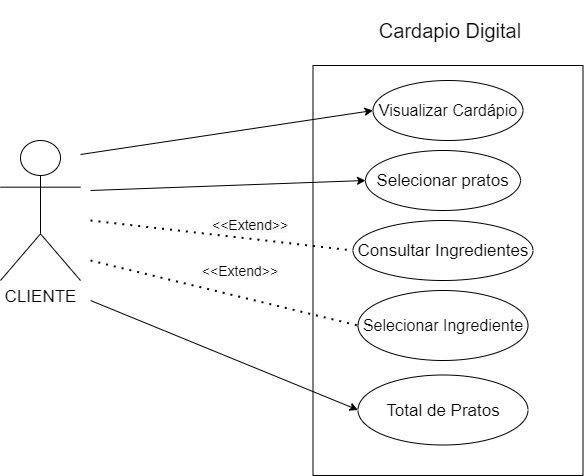
This is Untitled Diagram.drawio.png from hinname/project-Restaurant, a draw.io export, as it was before one commit. Source tidied: cells renumbered, new cells last; positions are measured from the earlier drawing's top-left corner, leaving out a move shared by most shapes.
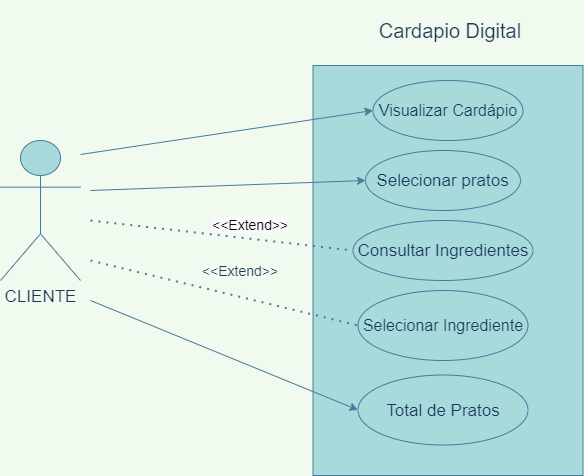
The same diagram one commit later.

What changed in the source:
```diff
@@ -1,60 +1,60 @@
-<mxGraphModel>
+<mxGraphModel background="#F1FAEE">
   <root>
     <mxCell id="0" />
     <mxCell id="1" parent="0" />
-    <mxCell id="2" style="rounded=0;whiteSpace=wrap;html=1;" parent="1" vertex="1">
+    <mxCell id="2" style="rounded=0;whiteSpace=wrap;html=1;fillColor=#A8DADC;strokeColor=#457B9D;fontColor=#1D3557;" parent="1" vertex="1">
       <mxGeometry x="312.5" y="65" width="270" height="410" as="geometry" />
     </mxCell>
-    <mxCell id="3" value="&lt;span id=&quot;docs-internal-guid-2bc9bd4a-7fff-fd9e-e990-9c6481a47a4e&quot;&gt;&lt;span style=&quot;font-family: &amp;#34;arial&amp;#34; ; background-color: transparent ; vertical-align: baseline&quot;&gt;&lt;font style=&quot;font-size: 17px&quot;&gt;Selecionar pratos&lt;/font&gt;&lt;/span&gt;&lt;/span&gt;" style="ellipse;whiteSpace=wrap;html=1;" parent="1" vertex="1">
+    <mxCell id="3" value="&lt;span id=&quot;docs-internal-guid-2bc9bd4a-7fff-fd9e-e990-9c6481a47a4e&quot;&gt;&lt;span style=&quot;font-family: &amp;#34;arial&amp;#34; ; background-color: transparent ; vertical-align: baseline&quot;&gt;&lt;font style=&quot;font-size: 17px&quot;&gt;Selecionar pratos&lt;/font&gt;&lt;/span&gt;&lt;/span&gt;" style="ellipse;whiteSpace=wrap;html=1;fillColor=#A8DADC;strokeColor=#457B9D;fontColor=#1D3557;" parent="1" vertex="1">
       <mxGeometry x="365" y="150" width="155" height="60" as="geometry" />
     </mxCell>
-    <mxCell id="4" value="&lt;font face=&quot;arial&quot; style=&quot;font-size: 17px&quot;&gt;Total de Pratos&lt;/font&gt;" style="ellipse;whiteSpace=wrap;html=1;" parent="1" vertex="1">
+    <mxCell id="4" value="&lt;font face=&quot;arial&quot; style=&quot;font-size: 17px&quot;&gt;Total de Pratos&lt;/font&gt;" style="ellipse;whiteSpace=wrap;html=1;fillColor=#A8DADC;strokeColor=#457B9D;fontColor=#1D3557;" parent="1" vertex="1">
       <mxGeometry x="357.5" y="374.5" width="170" height="70" as="geometry" />
     </mxCell>
-    <mxCell id="5" value="&lt;font style=&quot;font-size: 17px&quot;&gt;Consultar Ingredientes&lt;/font&gt;" style="ellipse;whiteSpace=wrap;html=1;" parent="1" vertex="1">
+    <mxCell id="5" value="&lt;font style=&quot;font-size: 17px&quot;&gt;Consultar Ingredientes&lt;/font&gt;" style="ellipse;whiteSpace=wrap;html=1;fillColor=#A8DADC;strokeColor=#457B9D;fontColor=#1D3557;" parent="1" vertex="1">
       <mxGeometry x="352.5" y="220" width="180" height="60" as="geometry" />
     </mxCell>
-    <mxCell id="6" value="&lt;span style=&quot;font-size: 17px&quot;&gt;CLIENTE&lt;/span&gt;" style="shape=umlActor;verticalLabelPosition=bottom;verticalAlign=top;html=1;" parent="1" vertex="1">
+    <mxCell id="6" value="&lt;span style=&quot;font-size: 17px&quot;&gt;CLIENTE&lt;/span&gt;" style="shape=umlActor;verticalLabelPosition=bottom;verticalAlign=top;html=1;fillColor=#A8DADC;strokeColor=#457B9D;fontColor=#1D3557;" parent="1" vertex="1">
       <mxGeometry y="140" width="80" height="140" as="geometry" />
     </mxCell>
-    <mxCell id="7" value="&lt;font style=&quot;font-size: 16px&quot;&gt;Visualizar Cardápio&lt;/font&gt;" style="ellipse;whiteSpace=wrap;html=1;" parent="1" vertex="1">
+    <mxCell id="7" value="&lt;font style=&quot;font-size: 16px&quot;&gt;Visualizar Cardápio&lt;/font&gt;" style="ellipse;whiteSpace=wrap;html=1;fillColor=#A8DADC;strokeColor=#457B9D;fontColor=#1D3557;" parent="1" vertex="1">
       <mxGeometry x="372.5" y="80" width="150" height="60" as="geometry" />
     </mxCell>
-    <mxCell id="8" value="&lt;font style=&quot;font-size: 16px&quot;&gt;Selecionar Ingrediente&lt;/font&gt;" style="ellipse;whiteSpace=wrap;html=1;" parent="1" vertex="1">
+    <mxCell id="8" value="&lt;font style=&quot;font-size: 16px&quot;&gt;Selecionar Ingrediente&lt;/font&gt;" style="ellipse;whiteSpace=wrap;html=1;fillColor=#A8DADC;strokeColor=#457B9D;fontColor=#1D3557;" parent="1" vertex="1">
       <mxGeometry x="357.5" y="290" width="170" height="70" as="geometry" />
     </mxCell>
-    <mxCell id="9" style="endArrow=classic;html=1;entryX=0;entryY=0.5;entryDx=0;entryDy=0;" parent="1" edge="1" target="7">
+    <mxCell id="9" style="endArrow=classic;html=1;entryX=0;entryY=0.5;entryDx=0;entryDy=0;labelBackgroundColor=#F1FAEE;strokeColor=#457B9D;fontColor=#1D3557;" parent="1" edge="1" target="7">
       <mxGeometry relative="1" as="geometry">
         <mxPoint x="80" y="154" as="sourcePoint" />
       </mxGeometry>
     </mxCell>
-    <mxCell id="10" style="endArrow=classic;html=1;entryX=0;entryY=0.5;entryDx=0;entryDy=0;" parent="1" edge="1" target="3">
+    <mxCell id="10" style="endArrow=classic;html=1;entryX=0;entryY=0.5;entryDx=0;entryDy=0;labelBackgroundColor=#F1FAEE;strokeColor=#457B9D;fontColor=#1D3557;" parent="1" edge="1" target="3">
       <mxGeometry relative="1" as="geometry">
         <mxPoint x="90" y="190" as="sourcePoint" />
       </mxGeometry>
     </mxCell>
-    <mxCell id="11" style="endArrow=none;dashed=1;html=1;dashPattern=1 3;strokeWidth=2;entryX=0;entryY=0.5;entryDx=0;entryDy=0;" parent="1" edge="1" target="8">
+    <mxCell id="11" style="endArrow=none;dashed=1;html=1;dashPattern=1 3;strokeWidth=2;entryX=0;entryY=0.5;entryDx=0;entryDy=0;labelBackgroundColor=#F1FAEE;strokeColor=#457B9D;fontColor=#1D3557;" parent="1" edge="1" target="8">
       <mxGeometry relative="1" as="geometry">
         <mxPoint x="90" y="260" as="sourcePoint" />
       </mxGeometry>
     </mxCell>
-    <mxCell id="12" value="&lt;span style=&quot;font-size: 14px&quot;&gt;&amp;lt;&amp;lt;Extend&amp;gt;&amp;gt;&lt;/span&gt;" style="text;html=1;strokeColor=none;fillColor=none;align=center;verticalAlign=middle;whiteSpace=wrap;rounded=0;" parent="1" vertex="1">
+    <mxCell id="12" value="&lt;span style=&quot;font-size: 14px&quot;&gt;&amp;lt;&amp;lt;Extend&amp;gt;&amp;gt;&lt;/span&gt;" style="text;html=1;strokeColor=none;fillColor=none;align=center;verticalAlign=middle;whiteSpace=wrap;rounded=0;fontColor=#1D3557;" parent="1" vertex="1">
       <mxGeometry x="190" y="260" width="100" height="20" as="geometry" />
     </mxCell>
-    <mxCell id="13" style="endArrow=classic;html=1;entryX=0;entryY=0.5;entryDx=0;entryDy=0;" parent="1" edge="1" target="4">
+    <mxCell id="13" style="endArrow=classic;html=1;entryX=0;entryY=0.5;entryDx=0;entryDy=0;labelBackgroundColor=#F1FAEE;strokeColor=#457B9D;fontColor=#1D3557;" parent="1" edge="1" target="4">
       <mxGeometry relative="1" as="geometry">
         <mxPoint x="90" y="300" as="sourcePoint" />
       </mxGeometry>
     </mxCell>
-    <mxCell id="14" value="&lt;span style=&quot;color: rgb(0, 0, 0); font-family: helvetica; font-size: 14px; font-style: normal; font-weight: 400; letter-spacing: normal; text-align: center; text-indent: 0px; text-transform: none; word-spacing: 0px; background-color: rgb(248, 249, 250); display: inline; float: none;&quot;&gt;&amp;lt;&amp;lt;Extend&amp;gt;&amp;gt;&lt;/span&gt;" style="text;whiteSpace=wrap;html=1;" parent="1" vertex="1">
+    <mxCell id="14" value="&lt;span style=&quot;color: rgb(0, 0, 0); font-family: helvetica; font-size: 14px; font-style: normal; font-weight: 400; letter-spacing: normal; text-align: center; text-indent: 0px; text-transform: none; word-spacing: 0px; background-color: rgb(248, 249, 250); display: inline; float: none;&quot;&gt;&amp;lt;&amp;lt;Extend&amp;gt;&amp;gt;&lt;/span&gt;" style="text;whiteSpace=wrap;html=1;fontColor=#1D3557;" parent="1" vertex="1">
       <mxGeometry x="210" y="210" width="100" height="30" as="geometry" />
     </mxCell>
-    <mxCell id="15" style="endArrow=none;dashed=1;html=1;dashPattern=1 3;strokeWidth=2;entryX=0;entryY=0.5;entryDx=0;entryDy=0;" parent="1" edge="1" target="5">
+    <mxCell id="15" style="endArrow=none;dashed=1;html=1;dashPattern=1 3;strokeWidth=2;entryX=0;entryY=0.5;entryDx=0;entryDy=0;labelBackgroundColor=#F1FAEE;strokeColor=#457B9D;fontColor=#1D3557;" parent="1" edge="1" target="5">
       <mxGeometry relative="1" as="geometry">
         <mxPoint x="90" y="220" as="sourcePoint" />
       </mxGeometry>
     </mxCell>
-    <mxCell id="16" value="&lt;font style=&quot;font-size: 20px&quot;&gt;Cardapio Digital&lt;/font&gt;" style="text;html=1;strokeColor=none;fillColor=none;align=center;verticalAlign=middle;whiteSpace=wrap;rounded=0;" parent="1" vertex="1">
+    <mxCell id="16" value="&lt;font style=&quot;font-size: 20px&quot;&gt;Cardapio Digital&lt;/font&gt;" style="text;html=1;strokeColor=none;fillColor=none;align=center;verticalAlign=middle;whiteSpace=wrap;rounded=0;fontColor=#1D3557;" parent="1" vertex="1">
       <mxGeometry x="365" width="170" height="60" as="geometry" />
     </mxCell>
   </root>
```
